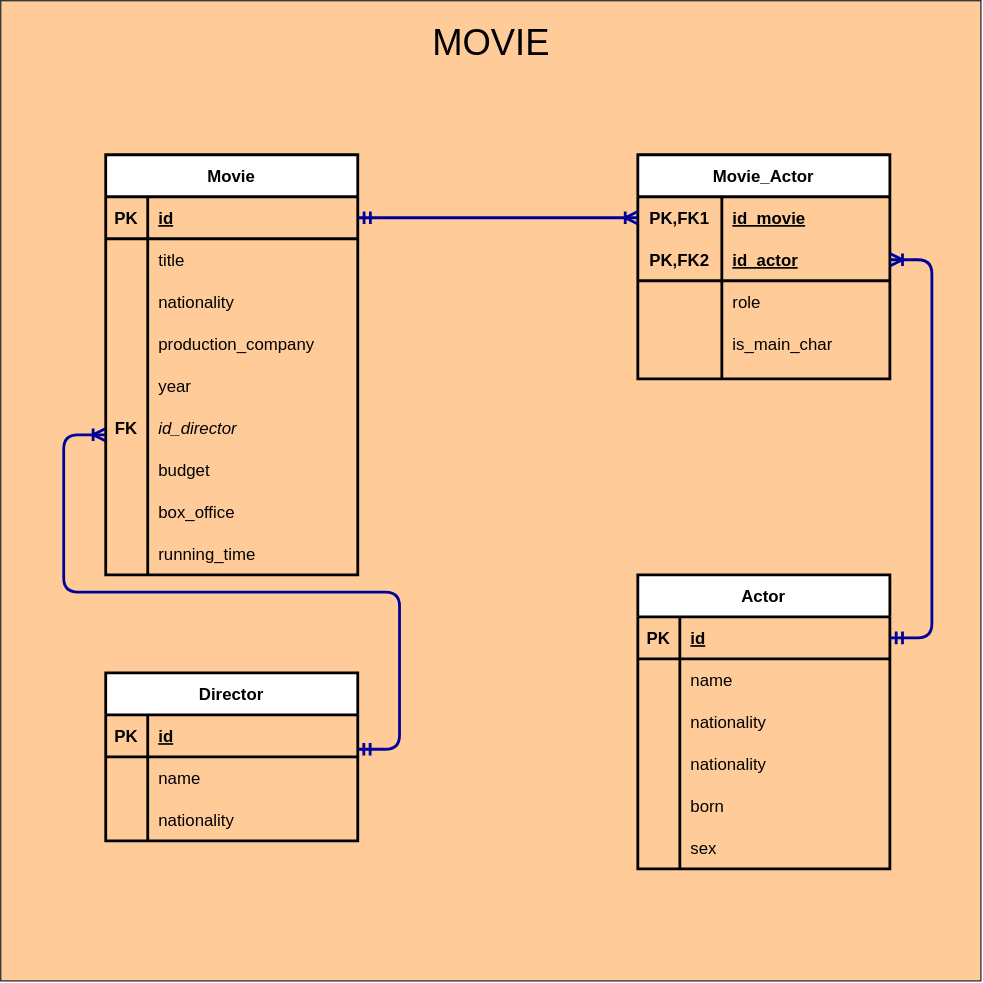
Earlier version of the draw.io export docs/er_models/movie.svg (luismoa/yummy_metflix_remake). Source tidied: cells renumbered, new cells last; positions are measured from the earlier drawing's top-left corner, leaving out a move shared by most shapes.
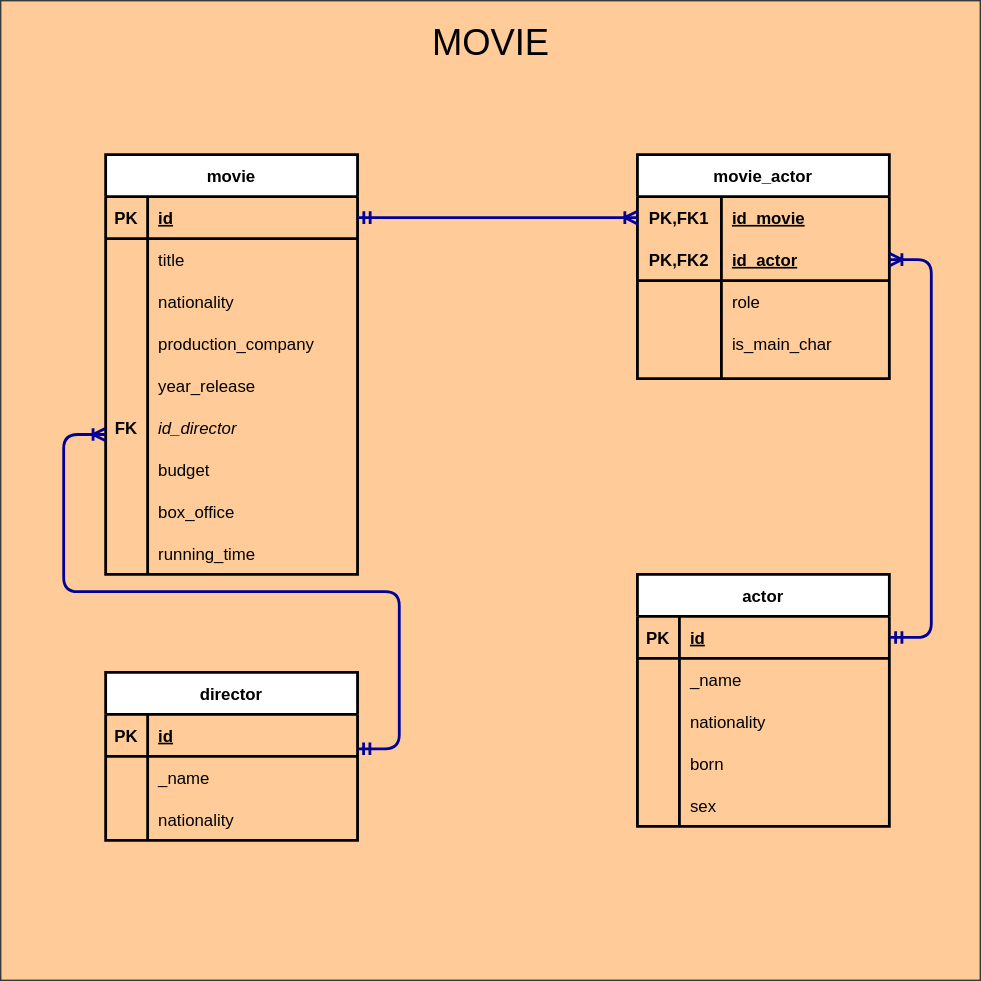
Later version of the same file.

Commit message:
Fixing er_model movies 	- Removing repeated actor column nationality 	- changing name to _name because in mysql is a reserved word 	- changing year to year_release because in mysql is a reserved word

The edit, as a diff of the source:
```diff
@@ -8,7 +8,7 @@
     <mxCell id="3" value="&lt;font style=&quot;font-size: 26px&quot;&gt;MOVIE &lt;br&gt;&lt;/font&gt;" style="text;html=1;align=center;verticalAlign=middle;strokeColor=none;strokeWidth=4;" parent="1" vertex="1">
       <mxGeometry x="300" y="20" width="100" height="20" as="geometry" />
     </mxCell>
-    <mxCell id="4" value="Movie_Actor" style="shape=table;startSize=30;rowLines=0;fontStyle=1;align=center;strokeWidth=2;" parent="1" vertex="1">
+    <mxCell id="4" value="movie_actor" style="shape=table;startSize=30;rowLines=0;fontStyle=1;align=center;strokeWidth=2;" parent="1" vertex="1">
       <mxGeometry x="455" y="110" width="180" height="160" as="geometry" />
     </mxCell>
     <mxCell id="5" style="shape=partialRectangle;fillColor=none;top=0;left=0;bottom=0;right=0;points=[[0,0.5],[1,0.5]];portConstraint=eastwest;" parent="4" vertex="1">
@@ -47,7 +47,7 @@
     <mxCell id="16" value="is_main_char" style="shape=partialRectangle;fillColor=none;top=0;left=0;bottom=0;right=0;align=left;spacingLeft=6;overflow=hidden;" parent="14" vertex="1">
       <mxGeometry x="60" width="120" height="30" as="geometry" />
     </mxCell>
-    <mxCell id="17" value="Movie" style="shape=table;startSize=30;rowLines=0;fontStyle=1;align=center;strokeWidth=2;" parent="1" vertex="1">
+    <mxCell id="17" value="movie" style="shape=table;startSize=30;rowLines=0;fontStyle=1;align=center;strokeWidth=2;" parent="1" vertex="1">
       <mxGeometry x="75" y="110" width="180" height="300" as="geometry" />
     </mxCell>
     <mxCell id="18" style="shape=partialRectangle;fillColor=none;top=0;left=0;bottom=1;right=0;points=[[0,0.5],[1,0.5]];portConstraint=eastwest;strokeWidth=2;" parent="17" vertex="1">
@@ -86,7 +86,7 @@
     <mxCell id="29" value="production_company" style="shape=partialRectangle;fillColor=none;top=0;left=0;bottom=0;right=0;align=left;spacingLeft=6;overflow=hidden;" parent="27" vertex="1">
       <mxGeometry x="30" width="150" height="30" as="geometry" />
     </mxCell>
-    <mxCell id="30" value="year" style="shape=partialRectangle;fillColor=none;top=0;left=0;bottom=0;right=0;align=left;spacingLeft=6;overflow=hidden;" parent="1" vertex="1">
+    <mxCell id="30" value="year_release" style="shape=partialRectangle;fillColor=none;top=0;left=0;bottom=0;right=0;align=left;spacingLeft=6;overflow=hidden;" parent="1" vertex="1">
       <mxGeometry x="105" y="260" width="150" height="30" as="geometry" />
     </mxCell>
     <mxCell id="31" value="id_director" style="shape=partialRectangle;fillColor=none;top=0;left=0;bottom=0;right=0;align=left;spacingLeft=6;overflow=hidden;fontStyle=2;" parent="1" vertex="1">
@@ -101,7 +101,7 @@
     <mxCell id="34" value="running_time" style="shape=partialRectangle;fillColor=none;top=0;left=0;bottom=0;right=0;align=left;spacingLeft=6;overflow=hidden;" parent="1" vertex="1">
       <mxGeometry x="105" y="380" width="150" height="30" as="geometry" />
     </mxCell>
-    <mxCell id="35" value="Director" style="shape=table;startSize=30;rowLines=0;fontStyle=1;align=center;strokeWidth=2;" parent="1" vertex="1">
+    <mxCell id="35" value="director" style="shape=table;startSize=30;rowLines=0;fontStyle=1;align=center;strokeWidth=2;" parent="1" vertex="1">
       <mxGeometry x="75" y="480" width="180" height="120" as="geometry" />
     </mxCell>
     <mxCell id="36" style="shape=partialRectangle;fillColor=none;top=0;left=0;bottom=1;right=0;points=[[0,0.5],[1,0.5]];portConstraint=eastwest;strokeWidth=2;" parent="35" vertex="1">
@@ -119,7 +119,7 @@
     <mxCell id="40" style="shape=partialRectangle;fillColor=none;top=0;left=0;bottom=0;right=0;overflow=hidden;" parent="39" vertex="1">
       <mxGeometry width="30" height="30" as="geometry" />
     </mxCell>
-    <mxCell id="41" value="name" style="shape=partialRectangle;fillColor=none;top=0;left=0;bottom=0;right=0;align=left;spacingLeft=6;overflow=hidden;" parent="39" vertex="1">
+    <mxCell id="41" value="_name" style="shape=partialRectangle;fillColor=none;top=0;left=0;bottom=0;right=0;align=left;spacingLeft=6;overflow=hidden;" parent="39" vertex="1">
       <mxGeometry x="30" width="150" height="30" as="geometry" />
     </mxCell>
     <mxCell id="42" style="shape=partialRectangle;fillColor=none;top=0;left=0;bottom=0;right=0;" parent="35" vertex="1">
@@ -131,8 +131,8 @@
     <mxCell id="44" value="nationality" style="shape=partialRectangle;fillColor=none;top=0;left=0;bottom=0;right=0;align=left;spacingLeft=6;overflow=hidden;" parent="42" vertex="1">
       <mxGeometry x="30" width="150" height="30" as="geometry" />
     </mxCell>
-    <mxCell id="45" value="Actor" style="shape=table;startSize=30;rowLines=0;fontStyle=1;align=center;strokeWidth=2;" parent="1" vertex="1">
-      <mxGeometry x="455" y="410" width="180" height="210" as="geometry" />
+    <mxCell id="45" value="actor" style="shape=table;startSize=30;rowLines=0;fontStyle=1;align=center;strokeWidth=2;" parent="1" vertex="1">
+      <mxGeometry x="455" y="410" width="180" height="180" as="geometry" />
     </mxCell>
     <mxCell id="46" style="shape=partialRectangle;fillColor=none;top=0;left=0;bottom=1;right=0;points=[[0,0.5],[1,0.5]];portConstraint=eastwest;strokeWidth=2;" parent="45" vertex="1">
       <mxGeometry y="30" width="180" height="30" as="geometry" />
@@ -149,7 +149,7 @@
     <mxCell id="50" style="shape=partialRectangle;fillColor=none;top=0;left=0;bottom=0;right=0;overflow=hidden;" parent="49" vertex="1">
       <mxGeometry width="30" height="30" as="geometry" />
     </mxCell>
-    <mxCell id="51" value="name" style="shape=partialRectangle;fillColor=none;top=0;left=0;bottom=0;right=0;align=left;spacingLeft=6;overflow=hidden;strokeWidth=2;" parent="49" vertex="1">
+    <mxCell id="51" value="_name" style="shape=partialRectangle;fillColor=none;top=0;left=0;bottom=0;right=0;align=left;spacingLeft=6;overflow=hidden;strokeWidth=2;" parent="49" vertex="1">
       <mxGeometry x="30" width="150" height="30" as="geometry" />
     </mxCell>
     <mxCell id="52" style="shape=partialRectangle;fillColor=none;top=0;left=0;bottom=0;right=0;" parent="45" vertex="1">
@@ -170,14 +170,11 @@
     <mxCell id="57" style="shape=partialRectangle;fillColor=none;top=0;left=0;bottom=0;right=0;align=left;spacingLeft=6;overflow=hidden;" parent="55" vertex="1">
       <mxGeometry x="30" width="150" height="30" as="geometry" />
     </mxCell>
-    <mxCell id="58" value="nationality" style="shape=partialRectangle;fillColor=none;top=0;left=0;bottom=0;right=0;align=left;spacingLeft=6;overflow=hidden;" parent="1" vertex="1">
-      <mxGeometry x="485" y="530" width="150" height="30" as="geometry" />
-    </mxCell>
     <mxCell id="59" value="born" style="shape=partialRectangle;fillColor=none;top=0;left=0;bottom=0;right=0;align=left;spacingLeft=6;overflow=hidden;" parent="1" vertex="1">
-      <mxGeometry x="485" y="560" width="150" height="30" as="geometry" />
+      <mxGeometry x="485" y="530" width="150" height="30" as="geometry" />
     </mxCell>
     <mxCell id="60" value="sex" style="shape=partialRectangle;fillColor=none;top=0;left=0;bottom=0;right=0;align=left;spacingLeft=6;overflow=hidden;" parent="1" vertex="1">
-      <mxGeometry x="485" y="590" width="150" height="30" as="geometry" />
+      <mxGeometry x="485" y="560" width="150" height="30" as="geometry" />
     </mxCell>
     <mxCell id="61" style="edgeStyle=entityRelationEdgeStyle;fontSize=12;html=1;endArrow=ERoneToMany;exitX=1;exitY=0.5;exitDx=0;exitDy=0;entryX=1;entryY=0.5;entryDx=0;entryDy=0;startArrow=ERmandOne;startFill=0;strokeWidth=2;strokeColor=#000099;" parent="1" edge="1" source="46" target="8">
       <mxGeometry relative="1" as="geometry" />
```
